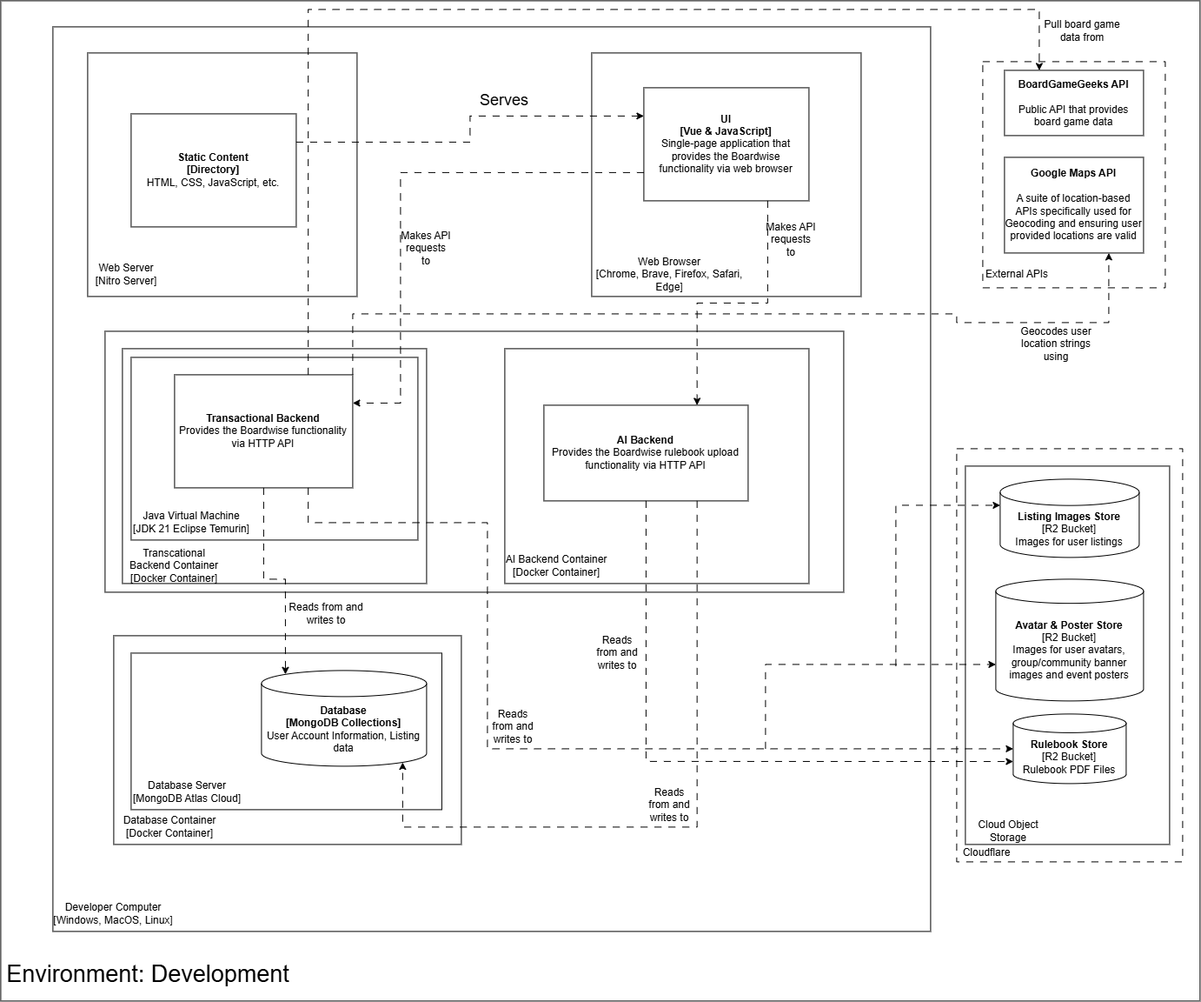
COS301-SE-2026/Boardwise keeps this draw.io diagram as docs/Demo3/diagrams/dev_deployment_diagram.png. Above is the earlier version. Source tidied: cells renumbered, new cells last; positions are measured from the earlier drawing's top-left corner, leaving out a move shared by most shapes.
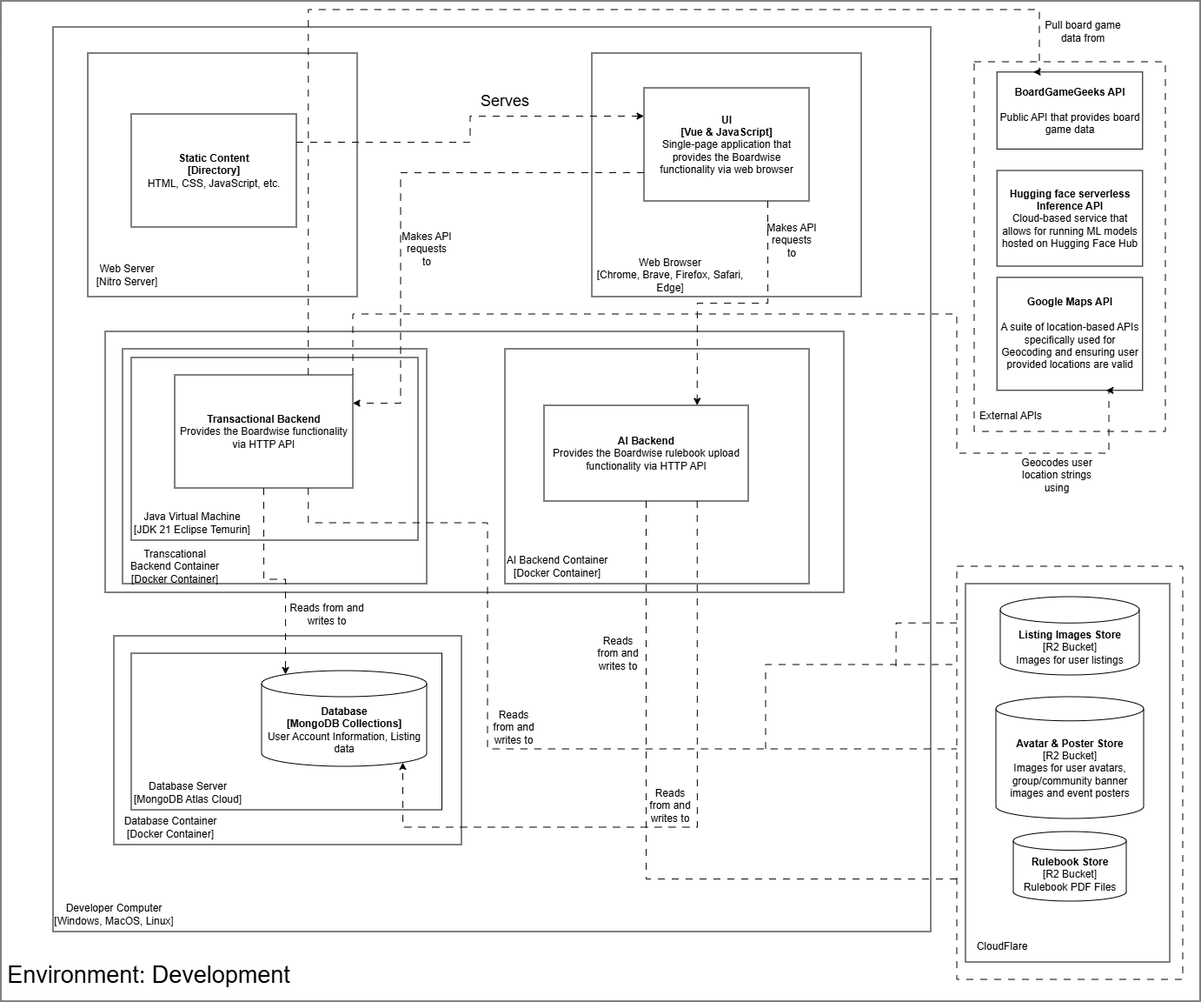
Later version of the same file.

Commit message:
Docs: Updated team lead markings on the srs and sas files. Updated the dev deployment diagram to include hugging face.

The edit, as a diff of the source:
```diff
@@ -6,20 +6,23 @@
       <mxGeometry width="1380" height="1150" as="geometry" />
     </mxCell>
     <mxCell id="3" style="group;" parent="1" vertex="1">
-      <mxGeometry x="1130" y="70" width="210" height="260" as="geometry" />
+      <mxGeometry x="1120" y="70" width="220" height="425" as="geometry" />
     </mxCell>
     <mxCell id="4" style="rounded=0;whiteSpace=wrap;html=1;dashed=1;dashPattern=8 8;" parent="3" vertex="1">
-      <mxGeometry width="210" height="260" as="geometry" />
+      <mxGeometry width="220" height="425" as="geometry" />
     </mxCell>
     <mxCell id="5" value="External APIs" style="text;html=1;whiteSpace=wrap;strokeColor=none;fillColor=none;align=center;verticalAlign=middle;rounded=0;" parent="3" vertex="1">
-      <mxGeometry y="230" width="80" height="30" as="geometry" />
+      <mxGeometry y="389.6" width="83.8" height="35.4" as="geometry" />
     </mxCell>
     <mxCell id="6" value="&lt;b&gt;Google Maps API&lt;/b&gt;&lt;div&gt;&lt;b&gt;&lt;br&gt;&lt;/b&gt;&lt;/div&gt;&lt;div&gt;A suite of location-based APIs specifically used for Geocoding and ensuring user provided locations are valid&lt;/div&gt;" style="rounded=0;whiteSpace=wrap;html=1;" parent="3" vertex="1">
-      <mxGeometry x="25" y="110" width="160" height="110" as="geometry" />
+      <mxGeometry x="26.2" y="247.9" width="167.6" height="129.9" as="geometry" />
     </mxCell>
     <mxCell id="7" value="&lt;b&gt;BoardGameGeeks API&lt;/b&gt;&lt;div&gt;&lt;b&gt;&lt;br&gt;&lt;/b&gt;&lt;/div&gt;&lt;div&gt;Public API that provides board game data&lt;/div&gt;" style="rounded=0;whiteSpace=wrap;html=1;" parent="3" vertex="1">
-      <mxGeometry x="25" y="10" width="160" height="75" as="geometry" />
+      <mxGeometry x="26.2" y="11.8" width="167.6" height="88.5" as="geometry" />
     </mxCell>
+    <mxCell id="60" value="&lt;b&gt;Hugging face serverless Inference API&lt;/b&gt;&lt;br&gt;&lt;div&gt;Cloud-based service that allows for running ML models hosted on Hugging Face Hub&lt;/div&gt;" style="rounded=0;whiteSpace=wrap;html=1;" parent="3" vertex="1">
+      <mxGeometry x="26.2" y="125" width="167.6" height="110" as="geometry" />
+    </mxCell>
     <mxCell id="8" style="rounded=0;whiteSpace=wrap;html=1;" parent="1" vertex="1">
       <mxGeometry x="60" y="30" width="1010" height="1040" as="geometry" />
     </mxCell>
@@ -122,27 +125,12 @@
         </Array>
       </mxGeometry>
     </mxCell>
-    <mxCell id="37" style="rounded=0;whiteSpace=wrap;html=1;dashed=1;dashPattern=8 8;" parent="1" vertex="1">
-      <mxGeometry x="1100" y="515" width="260" height="475" as="geometry" />
-    </mxCell>
     <mxCell id="38" value="Cloudflare" style="text;html=1;whiteSpace=wrap;strokeColor=none;fillColor=none;align=center;verticalAlign=middle;rounded=0;" parent="1" vertex="1">
       <mxGeometry x="1100" y="970" width="70" height="20" as="geometry" />
     </mxCell>
-    <mxCell id="39" style="rounded=0;whiteSpace=wrap;html=1;" parent="1" vertex="1">
-      <mxGeometry x="1110" y="535" width="235" height="435" as="geometry" />
-    </mxCell>
     <mxCell id="40" value="Cloud Object Storage" style="text;html=1;whiteSpace=wrap;strokeColor=none;fillColor=none;align=center;verticalAlign=middle;rounded=0;" parent="1" vertex="1">
       <mxGeometry x="1110" y="940" width="100" height="30" as="geometry" />
     </mxCell>
-    <mxCell id="41" value="&lt;b&gt;Listing Images Store&lt;/b&gt;&lt;br&gt;&lt;div&gt;[R2 Bucket]&lt;/div&gt;&lt;div&gt;Images for user listings&lt;/div&gt;" style="shape=cylinder3;whiteSpace=wrap;html=1;boundedLbl=1;backgroundOutline=1;size=15.130440090013735;" parent="1" vertex="1">
-      <mxGeometry x="1150" y="550" width="160" height="90" as="geometry" />
-    </mxCell>
-    <mxCell id="42" value="&lt;b&gt;Avatar &amp;amp; Poster Store&lt;/b&gt;&lt;br&gt;&lt;div&gt;[R2 Bucket]&lt;/div&gt;&lt;div&gt;Images for user avatars, group/community banner images and event posters&lt;/div&gt;" style="shape=cylinder3;whiteSpace=wrap;html=1;boundedLbl=1;backgroundOutline=1;size=13.8800048828125;" parent="1" vertex="1">
-      <mxGeometry x="1145" y="665" width="170" height="140" as="geometry" />
-    </mxCell>
-    <mxCell id="43" value="&lt;b&gt;Rulebook Store&lt;/b&gt;&lt;br&gt;&lt;div&gt;[R2 Bucket]&lt;/div&gt;&lt;div&gt;Rulebook PDF Files&lt;/div&gt;" style="shape=cylinder3;whiteSpace=wrap;html=1;boundedLbl=1;backgroundOutline=1;size=10.760009765625;" parent="1" vertex="1">
-      <mxGeometry x="1165" y="820" width="130" height="80" as="geometry" />
-    </mxCell>
     <mxCell id="44" value="Reads from and writes to" style="text;html=1;whiteSpace=wrap;strokeColor=none;fillColor=none;align=center;verticalAlign=middle;rounded=0;" parent="1" vertex="1">
       <mxGeometry x="740" y="900" width="60" height="50" as="geometry" />
     </mxCell>
@@ -198,13 +186,13 @@
         <Array as="points">
           <mxPoint x="405" y="360" />
           <mxPoint x="1100" y="360" />
-          <mxPoint x="1100" y="370" />
-          <mxPoint x="1275" y="370" />
+          <mxPoint x="1100" y="520" />
+          <mxPoint x="1275" y="520" />
         </Array>
       </mxGeometry>
     </mxCell>
     <mxCell id="56" value="Geocodes user location strings using" style="text;html=1;whiteSpace=wrap;strokeColor=none;fillColor=none;align=center;verticalAlign=middle;rounded=0;" parent="1" vertex="1">
-      <mxGeometry x="1170" y="370" width="90" height="50" as="geometry" />
+      <mxGeometry x="1170" y="520" width="90" height="50" as="geometry" />
     </mxCell>
     <mxCell id="57" value="Pull board game data from" style="text;html=1;whiteSpace=wrap;strokeColor=none;fillColor=none;align=center;verticalAlign=middle;rounded=0;" parent="1" vertex="1">
       <mxGeometry x="1200" y="10" width="90" height="50" as="geometry" />
@@ -215,5 +203,26 @@
     <mxCell id="59" value="&lt;font style=&quot;font-size: 27px;&quot;&gt;Environment: Development&lt;/font&gt;" style="text;html=1;whiteSpace=wrap;strokeColor=none;fillColor=none;align=center;verticalAlign=middle;rounded=0;" parent="1" vertex="1">
       <mxGeometry y="1100" width="340" height="40" as="geometry" />
     </mxCell>
+    <mxCell id="61" style="group;" parent="1" vertex="1">
+      <mxGeometry x="1100" y="650" width="260" height="475" as="geometry" />
+    </mxCell>
+    <mxCell id="37" style="rounded=0;whiteSpace=wrap;html=1;dashed=1;dashPattern=8 8;" parent="61" vertex="1">
+      <mxGeometry width="260" height="475" as="geometry" />
+    </mxCell>
+    <mxCell id="39" style="rounded=0;whiteSpace=wrap;html=1;" parent="61" vertex="1">
+      <mxGeometry x="10" y="20" width="235" height="435" as="geometry" />
+    </mxCell>
+    <mxCell id="41" value="&lt;b&gt;Listing Images Store&lt;/b&gt;&lt;br&gt;&lt;div&gt;[R2 Bucket]&lt;/div&gt;&lt;div&gt;Images for user listings&lt;/div&gt;" style="shape=cylinder3;whiteSpace=wrap;html=1;boundedLbl=1;backgroundOutline=1;size=15.130440090013735;" parent="61" vertex="1">
+      <mxGeometry x="50" y="35" width="160" height="90" as="geometry" />
+    </mxCell>
+    <mxCell id="42" value="&lt;b&gt;Avatar &amp;amp; Poster Store&lt;/b&gt;&lt;br&gt;&lt;div&gt;[R2 Bucket]&lt;/div&gt;&lt;div&gt;Images for user avatars, group/community banner images and event posters&lt;/div&gt;" style="shape=cylinder3;whiteSpace=wrap;html=1;boundedLbl=1;backgroundOutline=1;size=13.8800048828125;" parent="61" vertex="1">
+      <mxGeometry x="45" y="150" width="170" height="140" as="geometry" />
+    </mxCell>
+    <mxCell id="43" value="&lt;b&gt;Rulebook Store&lt;/b&gt;&lt;br&gt;&lt;div&gt;[R2 Bucket]&lt;/div&gt;&lt;div&gt;Rulebook PDF Files&lt;/div&gt;" style="shape=cylinder3;whiteSpace=wrap;html=1;boundedLbl=1;backgroundOutline=1;size=10.760009765625;" parent="61" vertex="1">
+      <mxGeometry x="65" y="305" width="130" height="80" as="geometry" />
+    </mxCell>
+    <mxCell id="62" value="CloudFlare" style="text;html=1;whiteSpace=wrap;strokeColor=none;fillColor=none;align=center;verticalAlign=middle;rounded=0;" parent="61" vertex="1">
+      <mxGeometry x="10" y="419.6" width="83.8" height="35.4" as="geometry" />
+    </mxCell>
   </root>
 </mxGraphModel>
```
